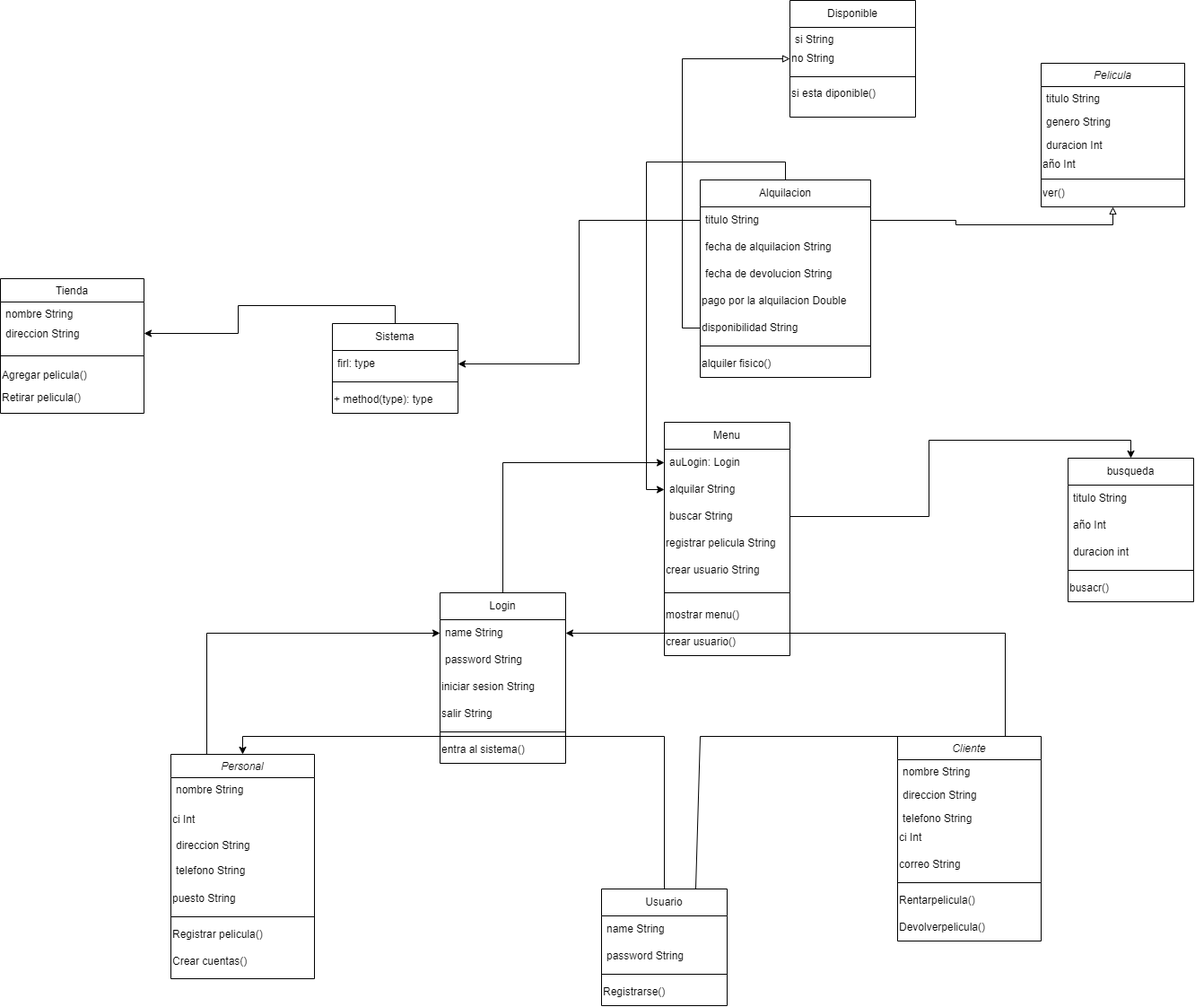
Earlier version of the draw.io export diagrama.drawio.png (jhovanii/trabaja). Source tidied: cells renumbered, new cells last; positions are measured from the earlier drawing's top-left corner, leaving out a move shared by most shapes.
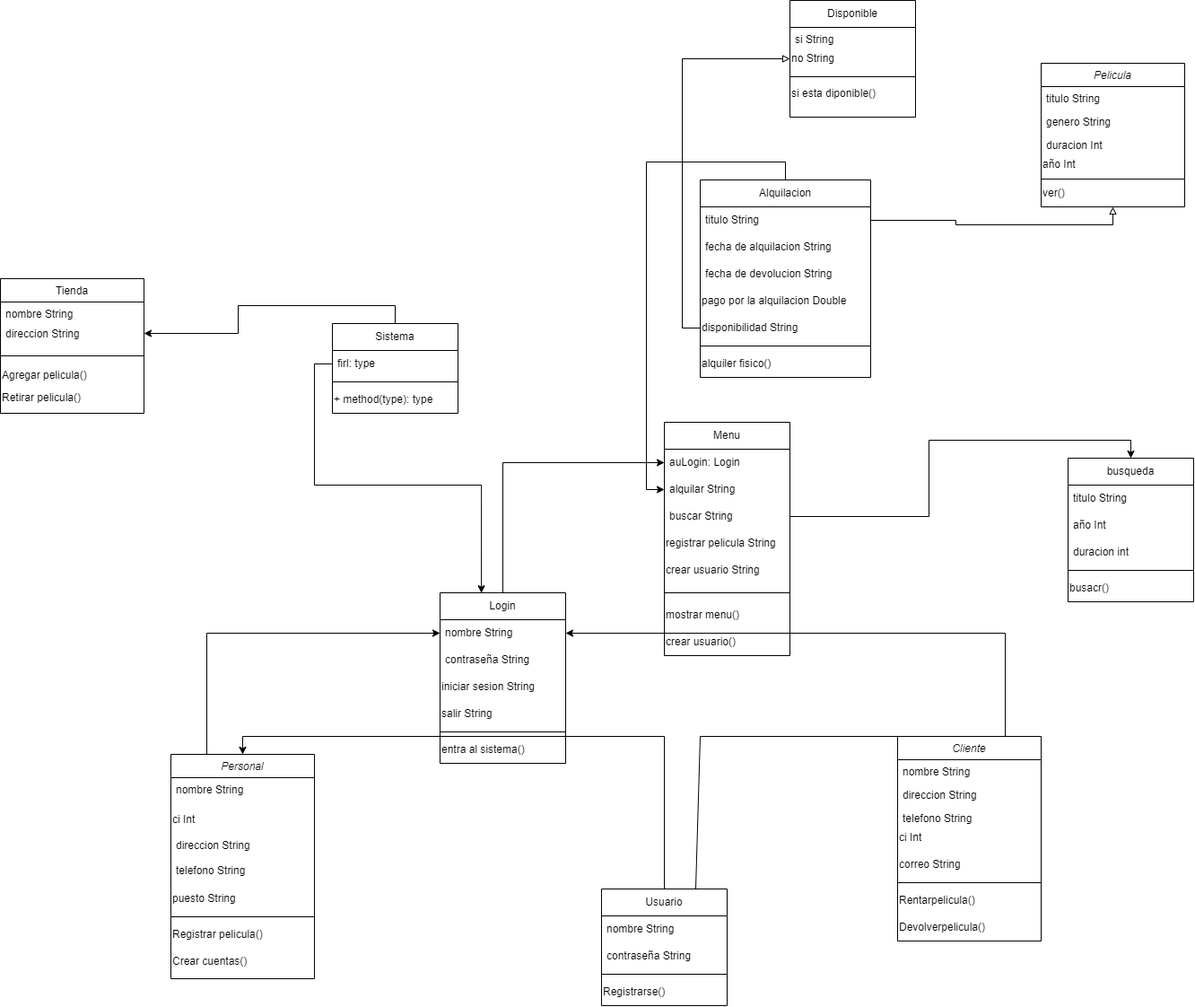
The same file after the commit.

What changed in the source:
```diff
@@ -122,10 +122,10 @@
     <mxCell id="41" value="Usuario" style="swimlane;fontStyle=0;horizontal=1;startSize=30;whiteSpace=wrap;html=1;" parent="1" vertex="1">
       <mxGeometry x="670" y="990" width="140" height="130" as="geometry" />
     </mxCell>
-    <mxCell id="42" value="name String" style="text;strokeColor=none;fillColor=none;align=left;verticalAlign=middle;spacingLeft=4;spacingRight=4;overflow=hidden;whiteSpace=wrap;html=1;" parent="41" vertex="1">
+    <mxCell id="42" value="nombre String" style="text;strokeColor=none;fillColor=none;align=left;verticalAlign=middle;spacingLeft=4;spacingRight=4;overflow=hidden;whiteSpace=wrap;html=1;" parent="41" vertex="1">
       <mxGeometry y="30" width="140" height="30" as="geometry" />
     </mxCell>
-    <mxCell id="43" value="password String" style="text;strokeColor=none;fillColor=none;align=left;verticalAlign=middle;spacingLeft=4;spacingRight=4;overflow=hidden;whiteSpace=wrap;html=1;" parent="41" vertex="1">
+    <mxCell id="43" value="contraseña String" style="text;strokeColor=none;fillColor=none;align=left;verticalAlign=middle;spacingLeft=4;spacingRight=4;overflow=hidden;whiteSpace=wrap;html=1;" parent="41" vertex="1">
       <mxGeometry y="60" width="140" height="30" as="geometry" />
     </mxCell>
     <mxCell id="44" style="line;html=1;strokeWidth=1;align=left;verticalAlign=middle;spacingTop=-1;spacingLeft=3;spacingRight=3;labelPosition=right;" parent="41" vertex="1">
@@ -155,10 +155,10 @@
     <mxCell id="52" value="Login" style="swimlane;fontStyle=0;horizontal=1;startSize=30;whiteSpace=wrap;html=1;" parent="1" vertex="1">
       <mxGeometry x="490" y="660" width="140" height="190" as="geometry" />
     </mxCell>
-    <mxCell id="53" value="name String" style="text;strokeColor=none;fillColor=none;align=left;verticalAlign=middle;spacingLeft=4;spacingRight=4;overflow=hidden;points=[[0,0.5],[1,0.5]];portConstraint=eastwest;whiteSpace=wrap;html=1;" parent="52" vertex="1">
+    <mxCell id="53" value="nombre String" style="text;strokeColor=none;fillColor=none;align=left;verticalAlign=middle;spacingLeft=4;spacingRight=4;overflow=hidden;points=[[0,0.5],[1,0.5]];portConstraint=eastwest;whiteSpace=wrap;html=1;" parent="52" vertex="1">
       <mxGeometry y="30" width="140" height="30" as="geometry" />
     </mxCell>
-    <mxCell id="54" value="password String" style="text;strokeColor=none;fillColor=none;align=left;verticalAlign=middle;spacingLeft=4;spacingRight=4;overflow=hidden;whiteSpace=wrap;html=1;" parent="52" vertex="1">
+    <mxCell id="54" value="contraseña String" style="text;strokeColor=none;fillColor=none;align=left;verticalAlign=middle;spacingLeft=4;spacingRight=4;overflow=hidden;whiteSpace=wrap;html=1;" parent="52" vertex="1">
       <mxGeometry y="60" width="140" height="30" as="geometry" />
     </mxCell>
     <mxCell id="55" value="iniciar sesion String" style="text;html=1;align=left;verticalAlign=middle;whiteSpace=wrap;rounded=0;" parent="52" vertex="1">
@@ -234,9 +234,6 @@
         </Array>
       </mxGeometry>
     </mxCell>
-    <mxCell id="78" style="edgeStyle=orthogonalEdgeStyle;rounded=0;jettySize=auto;html=1;exitX=0;exitY=0.5;exitDx=0;exitDy=0;entryX=1;entryY=0.5;entryDx=0;entryDy=0;" parent="1" edge="1" source="61" target="48">
-      <mxGeometry relative="1" as="geometry" />
-    </mxCell>
     <mxCell id="79" style="edgeStyle=orthogonalEdgeStyle;rounded=0;jettySize=auto;html=1;exitX=1;exitY=0.5;exitDx=0;exitDy=0;entryX=0.5;entryY=1;entryDx=0;entryDy=0;curved=0;endArrow=block;endFill=0;" parent="1" edge="1" source="61" target="18">
       <mxGeometry relative="1" as="geometry" />
     </mxCell>
@@ -264,5 +261,8 @@
     <mxCell id="87" style="edgeStyle=orthogonalEdgeStyle;rounded=0;jettySize=auto;html=1;exitX=1;exitY=0.5;exitDx=0;exitDy=0;entryX=0.5;entryY=0;entryDx=0;entryDy=0;" parent="1" edge="1" source="71" target="81">
       <mxGeometry relative="1" as="geometry" />
     </mxCell>
+    <mxCell id="88" style="edgeStyle=orthogonalEdgeStyle;rounded=0;jettySize=auto;html=1;exitX=0;exitY=0.5;exitDx=0;exitDy=0;entryX=0.329;entryY=0.001;entryDx=0;entryDy=0;entryPerimeter=0;" parent="1" edge="1" source="48" target="52">
+      <mxGeometry relative="1" as="geometry" />
+    </mxCell>
   </root>
 </mxGraphModel>
```
